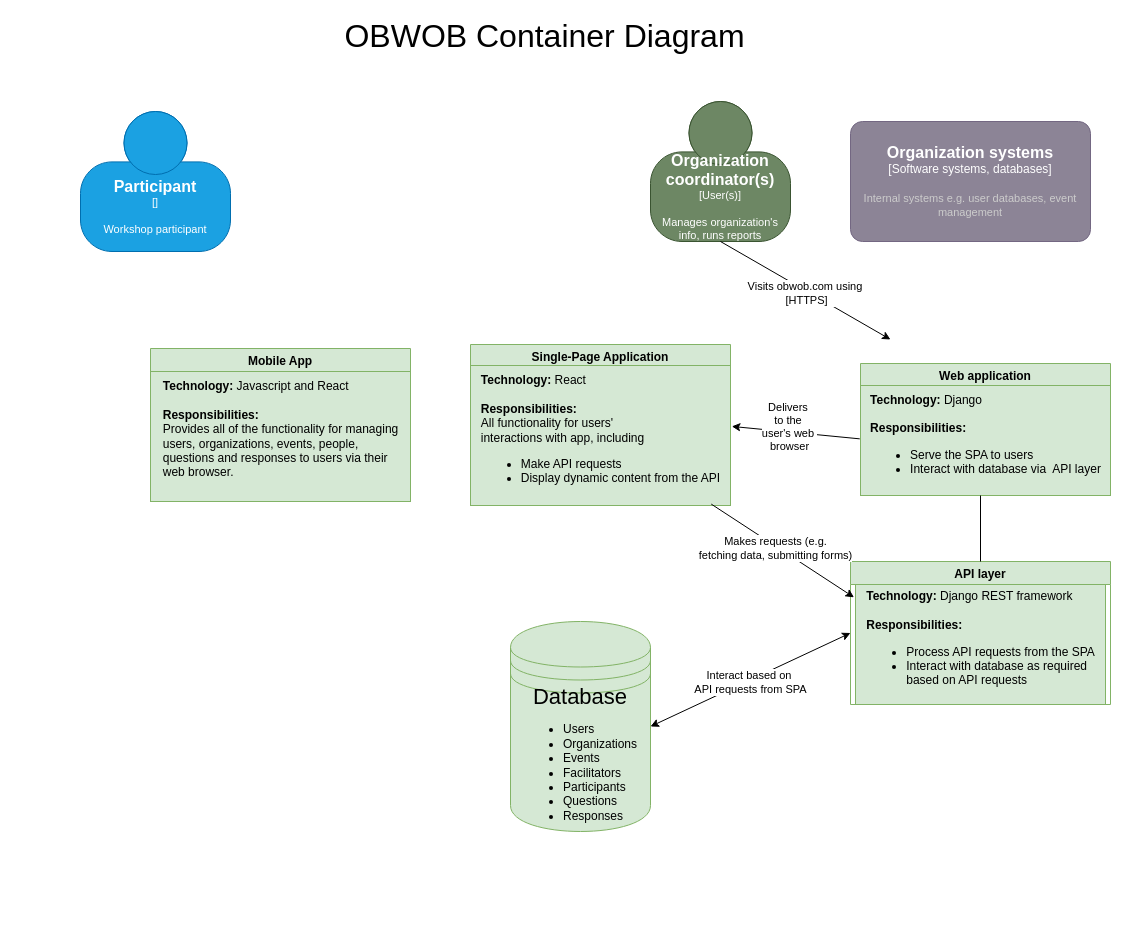
laurapg1214/impact-web-interface keeps this draw.io diagram as documentation/c4-diagrams/2_obwob_container_diagram.drawio. Above is the earlier version. Source tidied: cells renumbered, new cells numbered last; positions are measured from the earlier drawing's top-left corner, leaving out a move shared by most shapes. Both pictures are drawn from the tidied source at 100%, with x=0, y=0 at pixel (80, 21).
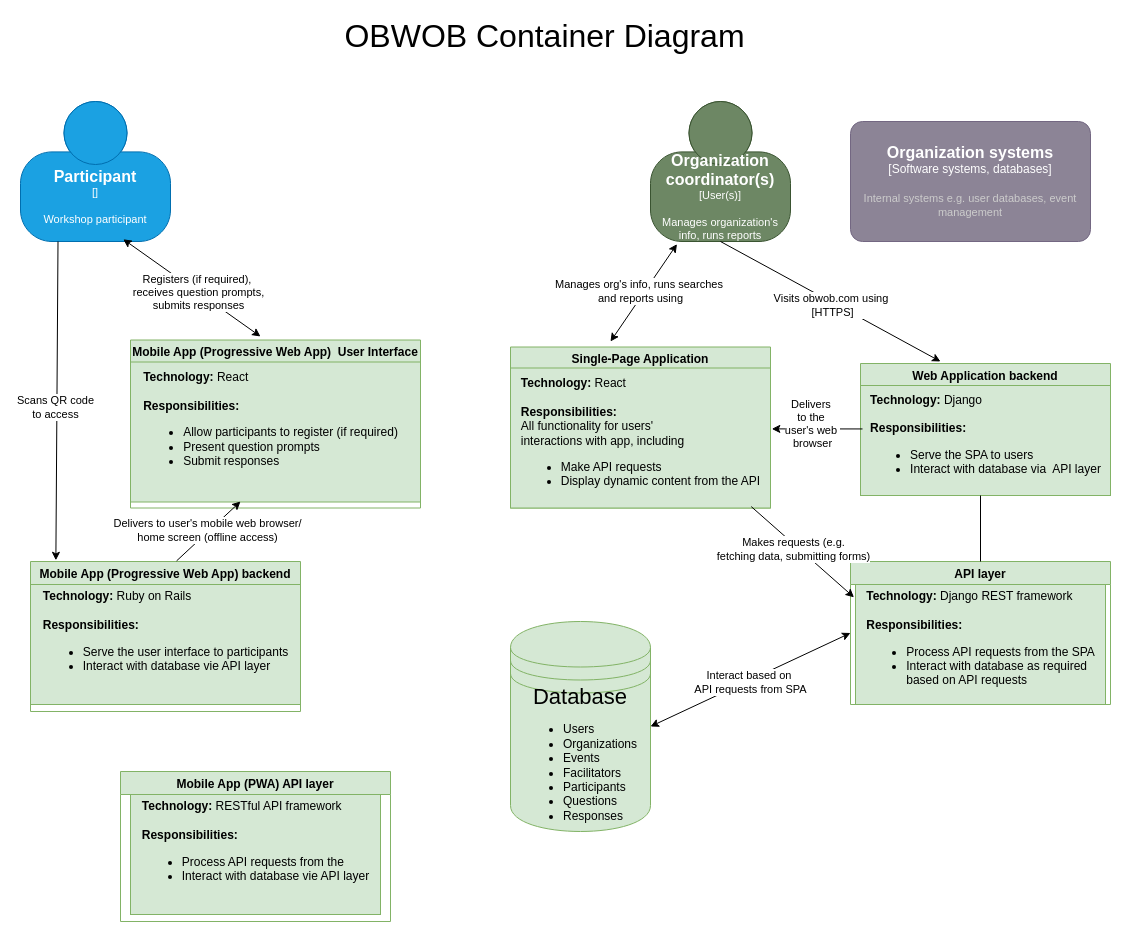
Above is the later version.

Commit message:
mobile containers started

Unchanged cells that the change refers to:
```xml
<object id="3" label="&lt;font style=&quot;font-size: 16px&quot;&gt;&lt;b&gt;%c4Name%&lt;/b&gt;&lt;/font&gt;&lt;div&gt;[%c4Type%]&lt;/div&gt;&lt;br&gt;&lt;div&gt;&lt;font style=&quot;font-size: 11px&quot;&gt;&lt;font color=&quot;#ffffff&quot;&gt;%c4Description%&lt;/font&gt;&lt;/div&gt;" c4Description="Manages organization's info, runs reports" c4Name="Organization coordinator(s)" c4Type="User(s)" placeholders="1">
  <mxCell style="html=1;fontSize=11;dashed=0;whiteSpace=wrap;fillColor=#6d8764;strokeColor=#3A5431;shape=mxgraph.c4.person2;align=center;points=[[0.5,0,0],[1,0.5,0],[1,0.75,0],[0.75,1,0],[0.5,1,0],[0.25,1,0],[0,0.75,0],[0,0.5,0]];fontColor=#ffffff;" parent="1" vertex="1">
    <mxGeometry x="570" y="80" width="140" height="140" as="geometry" />
  </mxCell>
</object>
<mxCell id="7" value="&lt;div style=&quot;text-align: left;&quot;&gt;&lt;b style=&quot;background-color: initial;&quot;&gt;Technology: &lt;/b&gt;&lt;span style=&quot;background-color: initial;&quot;&gt;Django&amp;nbsp;&lt;/span&gt;&lt;br&gt;&lt;/div&gt;&lt;div style=&quot;text-align: left;&quot;&gt;&lt;b style=&quot;background-color: initial;&quot;&gt;&lt;br&gt;&lt;/b&gt;&lt;/div&gt;&lt;div style=&quot;text-align: left;&quot;&gt;&lt;b style=&quot;background-color: initial;&quot;&gt;Responsibilities:&lt;/b&gt;&lt;br&gt;&lt;/div&gt;&lt;div style=&quot;text-align: left;&quot;&gt;&lt;ul&gt;&lt;li&gt;Serve the SPA to users&lt;/li&gt;&lt;li&gt;Interact with database via&amp;nbsp; API layer&lt;/li&gt;&lt;/ul&gt;&lt;/div&gt;" style="text;html=1;align=center;verticalAlign=middle;points=[];strokeColor=#82b366;fillColor=#d5e8d4;" parent="6" vertex="1">
  <mxGeometry y="22" width="250" height="110" as="geometry" />
</mxCell>
<mxCell id="9" value="&lt;div style=&quot;text-align: left;&quot;&gt;&lt;b style=&quot;background-color: initial;&quot;&gt;Technology: &lt;/b&gt;&lt;span style=&quot;background-color: initial;&quot;&gt;React&lt;/span&gt;&lt;br&gt;&lt;/div&gt;&lt;div style=&quot;text-align: left;&quot;&gt;&lt;b style=&quot;background-color: initial;&quot;&gt;&lt;br&gt;&lt;/b&gt;&lt;/div&gt;&lt;div style=&quot;text-align: left;&quot;&gt;&lt;b style=&quot;background-color: initial;&quot;&gt;Responsibilities:&lt;/b&gt;&lt;br&gt;&lt;/div&gt;&lt;div style=&quot;text-align: left;&quot;&gt;&lt;span style=&quot;background-color: initial;&quot;&gt;All functionality for users'&amp;nbsp;&lt;/span&gt;&lt;/div&gt;&lt;div style=&quot;text-align: left;&quot;&gt;&lt;span style=&quot;background-color: initial;&quot;&gt;interactions&amp;nbsp;&lt;/span&gt;&lt;span style=&quot;background-color: initial;&quot;&gt;with app, including&lt;/span&gt;&lt;/div&gt;&lt;div style=&quot;text-align: left;&quot;&gt;&lt;ul&gt;&lt;li&gt;Make API requests&lt;/li&gt;&lt;li&gt;Display dynamic content from the API&lt;/li&gt;&lt;/ul&gt;&lt;/div&gt;" style="text;html=1;align=center;verticalAlign=middle;points=[];strokeColor=#82b366;fillColor=#d5e8d4;" parent="8" vertex="1">
  <mxGeometry y="21" width="260" height="140" as="geometry" />
</mxCell>
```

Change to the diagram source:
```diff
@@
     <object id="2" label="&lt;font style=&quot;font-size: 16px&quot;&gt;&lt;b&gt;%c4Name%&lt;/b&gt;&lt;/font&gt;&lt;div&gt;[%c4Type%]&lt;/div&gt;&lt;br&gt;&lt;div&gt;&lt;font style=&quot;font-size: 11px&quot;&gt;&lt;font color=&quot;#ffffff&quot;&gt;%c4Description%&lt;/font&gt;&lt;/div&gt;" c4Description="Workshop participant" c4Name="Participant" c4Type="" placeholders="1">
       <mxCell style="html=1;fontSize=11;dashed=0;whiteSpace=wrap;shape=mxgraph.c4.person2;align=center;points=[[0.5,0,0],[1,0.5,0],[1,0.75,0],[0.75,1,0],[0.5,1,0],[0.25,1,0],[0,0.75,0],[0,0.5,0]];fillColor=#1ba1e2;strokeColor=#006EAF;fontColor=#ffffff;" parent="1" vertex="1">
-        <mxGeometry y="90" width="150" height="140" as="geometry" />
+        <mxGeometry x="-60" y="80" width="150" height="140" as="geometry" />
       </mxCell>
     </object>
@@
-    <mxCell id="6" value="Web application" style="swimlane;startSize=23;fillColor=#d5e8d4;strokeColor=#82b366;" parent="1" vertex="1">
+    <mxCell id="6" value="Web Application backend" style="swimlane;startSize=23;fillColor=#d5e8d4;strokeColor=#82b366;" parent="1" vertex="1">
       <mxGeometry x="780" y="342" width="250" height="128" as="geometry" />
     </mxCell>
@@
     <mxCell id="8" value="Single-Page Application" style="swimlane;startSize=23;fillColor=#d5e8d4;strokeColor=#82b366;" parent="1" vertex="1">
-      <mxGeometry x="390" y="323" width="260" height="161" as="geometry" />
+      <mxGeometry x="430" y="325.5" width="260" height="161" as="geometry" />
     </mxCell>
@@
     <mxCell id="10" style="endArrow=classic;html=1;rounded=0;exitX=0.5;exitY=1;exitDx=0;exitDy=0;exitPerimeter=0;" parent="1" edge="1" source="3">
       <mxGeometry relative="1" as="geometry">
-        <mxPoint x="810" y="318" as="targetPoint" />
+        <mxPoint x="860" y="340" as="targetPoint" />
       </mxGeometry>
     </mxCell>
@@
-    <mxCell id="12" style="endArrow=classic;html=1;rounded=0;exitX=-0.003;exitY=0.485;exitDx=0;exitDy=0;exitPerimeter=0;entryX=1.005;entryY=0.435;entryDx=0;entryDy=0;entryPerimeter=0;" parent="1" edge="1" source="7" target="9">
+    <mxCell id="12" style="endArrow=classic;html=1;rounded=0;exitX=0.008;exitY=0.395;exitDx=0;exitDy=0;exitPerimeter=0;entryX=1.005;entryY=0.435;entryDx=0;entryDy=0;entryPerimeter=0;" parent="1" edge="1" source="7" target="9">
       <mxGeometry relative="1" as="geometry" />
     </mxCell>
@@
-    <mxCell id="14" value="Mobile App" style="swimlane;startSize=23;fillColor=#d5e8d4;strokeColor=#82b366;" parent="1" vertex="1">
-      <mxGeometry x="70" y="327" width="260" height="153" as="geometry" />
+    <mxCell id="14" value="Mobile App (Progressive Web App)  User Interface" style="swimlane;startSize=23;fillColor=#d5e8d4;strokeColor=#82b366;" parent="1" vertex="1">
+      <mxGeometry x="50" y="318.5" width="290" height="168" as="geometry" />
     </mxCell>
-    <mxCell id="15" value="&lt;div style=&quot;text-align: left;&quot;&gt;&lt;b style=&quot;background-color: initial;&quot;&gt;Technology: &lt;/b&gt;&lt;span style=&quot;background-color: initial;&quot;&gt;Javascript and React&lt;/span&gt;&lt;br&gt;&lt;/div&gt;&lt;div style=&quot;text-align: left;&quot;&gt;&lt;b&gt;&lt;br&gt;&lt;/b&gt;&lt;/div&gt;&lt;div style=&quot;text-align: left;&quot;&gt;&lt;b&gt;Responsibilities:&lt;/b&gt;&lt;/div&gt;&lt;div style=&quot;text-align: left;&quot;&gt;Provides all of the functionality for managing&lt;/div&gt;&lt;div style=&quot;text-align: left;&quot;&gt;users, organizations, events, people,&lt;/div&gt;&lt;div style=&quot;text-align: left;&quot;&gt;questions&amp;nbsp;&lt;span style=&quot;background-color: initial;&quot;&gt;and responses to users via their&amp;nbsp;&lt;/span&gt;&lt;/div&gt;&lt;div style=&quot;text-align: left;&quot;&gt;&lt;span style=&quot;background-color: initial;&quot;&gt;web browser.&lt;/span&gt;&lt;/div&gt;&lt;div style=&quot;text-align: left;&quot;&gt;&lt;span style=&quot;background-color: initial;&quot;&gt;&lt;br&gt;&lt;/span&gt;&lt;/div&gt;" style="text;html=1;align=center;verticalAlign=middle;strokeColor=#82b366;fillColor=#d5e8d4;" parent="14" vertex="1">
-      <mxGeometry y="23" width="260" height="130" as="geometry" />
+    <mxCell id="15" value="&lt;div style=&quot;text-align: left;&quot;&gt;&lt;b style=&quot;background-color: initial;&quot;&gt;Technology: &lt;/b&gt;&lt;span style=&quot;background-color: initial;&quot;&gt;React&lt;/span&gt;&lt;/div&gt;&lt;div style=&quot;text-align: left;&quot;&gt;&lt;b&gt;&lt;br&gt;&lt;/b&gt;&lt;/div&gt;&lt;div style=&quot;text-align: left;&quot;&gt;&lt;b&gt;Responsibilities:&lt;/b&gt;&lt;/div&gt;&lt;div style=&quot;text-align: left;&quot;&gt;&lt;ul&gt;&lt;li&gt;Allow participants to register (if required)&amp;nbsp; &amp;nbsp;&lt;/li&gt;&lt;li&gt;Present question prompts&lt;/li&gt;&lt;li&gt;Submit responses&lt;/li&gt;&lt;/ul&gt;&lt;/div&gt;&lt;div style=&quot;text-align: left;&quot;&gt;&lt;span style=&quot;background-color: initial;&quot;&gt;&lt;br&gt;&lt;/span&gt;&lt;/div&gt;" style="text;html=1;align=center;verticalAlign=middle;strokeColor=#82b366;fillColor=#d5e8d4;" parent="14" vertex="1">
+      <mxGeometry y="22" width="290" height="140" as="geometry" />
     </mxCell>
@@
+    <mxCell id="24" style="endArrow=classic;startArrow=classic;html=1;rounded=0;entryX=0.189;entryY=1.019;entryDx=0;entryDy=0;entryPerimeter=0;" parent="1" edge="1" target="3">
+      <mxGeometry relative="1" as="geometry">
+        <mxPoint x="530" y="320" as="sourcePoint" />
+      </mxGeometry>
+    </mxCell>
+    <mxCell id="25" value="Manages org's info, runs searches&amp;nbsp;&lt;div&gt;and reports using&lt;/div&gt;" style="edgeLabel;html=1;align=center;verticalAlign=middle;" parent="24" vertex="1">
+      <mxGeometry x="-0.01" y="4" relative="1" as="geometry" />
+    </mxCell>
+    <mxCell id="26" value="Mobile App (Progressive Web App) backend" style="swimlane;startSize=23;fillColor=#d5e8d4;strokeColor=#82b366;" parent="1" vertex="1">
+      <mxGeometry x="-50" y="540" width="270" height="150" as="geometry" />
+    </mxCell>
+    <mxCell id="27" value="&lt;div style=&quot;text-align: left;&quot;&gt;&lt;b style=&quot;background-color: initial;&quot;&gt;Technology: &lt;/b&gt;&lt;span style=&quot;background-color: initial;&quot;&gt;Ruby on Rails&lt;/span&gt;&lt;/div&gt;&lt;div style=&quot;text-align: left;&quot;&gt;&lt;b&gt;&lt;br&gt;&lt;/b&gt;&lt;/div&gt;&lt;div style=&quot;text-align: left;&quot;&gt;&lt;b&gt;Responsibilities:&lt;/b&gt;&lt;/div&gt;&lt;div style=&quot;text-align: left;&quot;&gt;&lt;ul&gt;&lt;li&gt;Serve the user interface to participants&lt;/li&gt;&lt;li&gt;Interact with database vie API layer&lt;/li&gt;&lt;/ul&gt;&lt;/div&gt;&lt;div style=&quot;text-align: left;&quot;&gt;&lt;span style=&quot;background-color: initial;&quot;&gt;&lt;br&gt;&lt;/span&gt;&lt;/div&gt;" style="text;html=1;align=center;verticalAlign=middle;strokeColor=#82b366;fillColor=#d5e8d4;" parent="26" vertex="1">
+      <mxGeometry y="23" width="270" height="120" as="geometry" />
+    </mxCell>
+    <mxCell id="28" style="endArrow=classic;html=1;rounded=0;exitX=0.25;exitY=1;exitDx=0;exitDy=0;exitPerimeter=0;entryX=0.094;entryY=-0.008;entryDx=0;entryDy=0;entryPerimeter=0;" parent="1" edge="1" source="2" target="26">
+      <mxGeometry relative="1" as="geometry" />
+    </mxCell>
+    <mxCell id="29" value="Scans QR code&lt;div&gt;to access&lt;/div&gt;" style="edgeLabel;html=1;align=center;verticalAlign=middle;" parent="28" vertex="1">
+      <mxGeometry x="0.04" y="-2" relative="1" as="geometry" />
+    </mxCell>
+    <mxCell id="30" style="endArrow=classic;html=1;rounded=0;exitX=0.541;exitY=-0.004;exitDx=0;exitDy=0;exitPerimeter=0;" parent="1" edge="1" source="26">
+      <mxGeometry relative="1" as="geometry">
+        <mxPoint x="160" y="480" as="targetPoint" />
+      </mxGeometry>
+    </mxCell>
+    <mxCell id="31" value="Delivers to user's mobile web browser/&lt;div&gt;home screen (offline access)&lt;/div&gt;" style="edgeLabel;html=1;align=center;verticalAlign=middle;" parent="30" vertex="1">
+      <mxGeometry x="-0.01" y="2" relative="1" as="geometry" />
+    </mxCell>
+    <mxCell id="32" style="endArrow=classic;startArrow=classic;html=1;rounded=0;entryX=0.685;entryY=0.984;entryDx=0;entryDy=0;entryPerimeter=0;" parent="1" edge="1" target="2">
+      <mxGeometry relative="1" as="geometry">
+        <mxPoint x="180" y="315" as="sourcePoint" />
+      </mxGeometry>
+    </mxCell>
+    <mxCell id="33" value="Registers (if required),&amp;nbsp;&lt;div&gt;receives question prompts,&lt;/div&gt;&lt;div&gt;submits responses&lt;/div&gt;" style="edgeLabel;html=1;align=center;verticalAlign=middle;" parent="32" vertex="1">
+      <mxGeometry x="-0.08" relative="1" as="geometry" />
+    </mxCell>
+    <mxCell id="34" value="Mobile App (PWA) API layer" style="swimlane;startSize=23;fillColor=#d5e8d4;strokeColor=#82b366;" parent="1" vertex="1">
+      <mxGeometry x="40" y="750" width="270" height="150" as="geometry" />
+    </mxCell>
+    <mxCell id="35" value="&lt;div style=&quot;text-align: left;&quot;&gt;&lt;b style=&quot;background-color: initial;&quot;&gt;Technology: &lt;/b&gt;&lt;span style=&quot;background-color: initial;&quot;&gt;RESTful API framework&lt;/span&gt;&lt;/div&gt;&lt;div style=&quot;text-align: left;&quot;&gt;&lt;b&gt;&lt;br&gt;&lt;/b&gt;&lt;/div&gt;&lt;div style=&quot;text-align: left;&quot;&gt;&lt;b&gt;Responsibilities:&lt;/b&gt;&lt;/div&gt;&lt;div style=&quot;text-align: left;&quot;&gt;&lt;ul&gt;&lt;li&gt;&lt;span style=&quot;background-color: initial;&quot;&gt;Process API requests from the&amp;nbsp;&lt;/span&gt;&lt;/li&gt;&lt;li&gt;&lt;span style=&quot;background-color: initial;&quot;&gt;Interact with database vie API layer&lt;/span&gt;&lt;br&gt;&lt;/li&gt;&lt;/ul&gt;&lt;/div&gt;&lt;div style=&quot;text-align: left;&quot;&gt;&lt;span style=&quot;background-color: initial;&quot;&gt;&lt;br&gt;&lt;/span&gt;&lt;/div&gt;" style="text;html=1;align=center;verticalAlign=middle;strokeColor=#82b366;fillColor=#d5e8d4;" parent="34" vertex="1">
+      <mxGeometry x="10" y="23" width="250" height="120" as="geometry" />
+    </mxCell>
```
